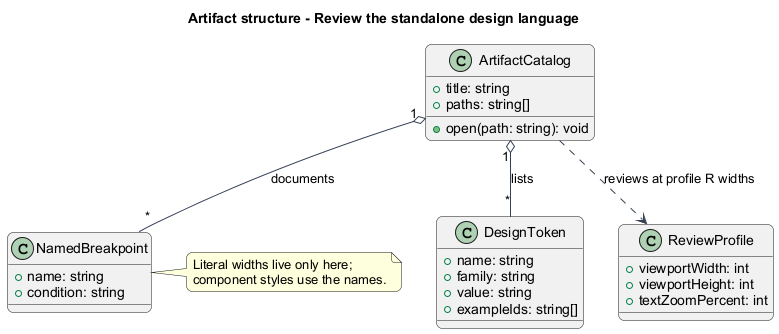
Before: docs/detailed-designs/artifacts/review-design-language/diagrams/class-structure.png, a diagram exported from PlantUML (QuinntyneBrown/mission-control).
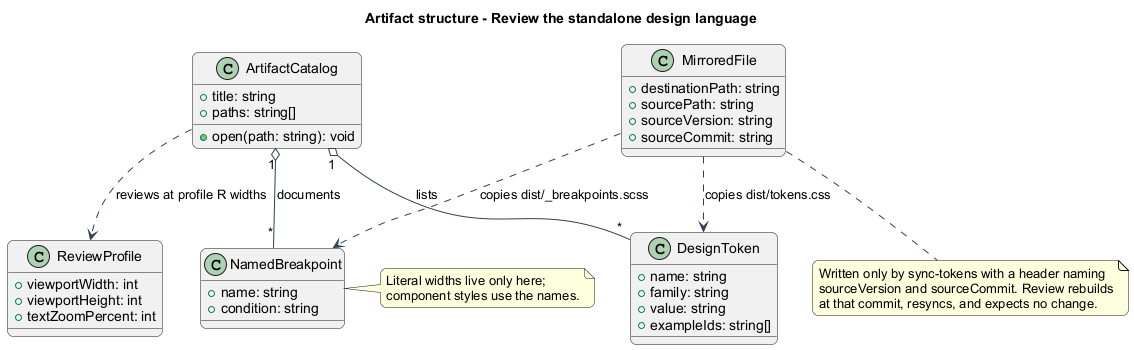
After the commit.

Diff of the diagram source:
```diff
@@ -34,11 +34,24 @@
   +viewportHeight: int
   +textZoomPercent: int
 }
+class MirroredFile {
+  +destinationPath: string
+  +sourcePath: string
+  +sourceVersion: string
+  +sourceCommit: string
+}
 ArtifactCatalog "1" o-- "*" DesignToken : lists
 ArtifactCatalog "1" o-- "*" NamedBreakpoint : documents
 ArtifactCatalog ..> ReviewProfile : reviews at profile R widths
+MirroredFile ..> DesignToken : copies dist/tokens.css
+MirroredFile ..> NamedBreakpoint : copies dist/_breakpoints.scss
 note right of NamedBreakpoint
 Literal widths live only here;
 component styles use the names.
 end note
+note bottom of MirroredFile
+Written only by sync-tokens with a header naming
+sourceVersion and sourceCommit. Review rebuilds
+at that commit, resyncs, and expects no change.
+end note
 @enduml
```
